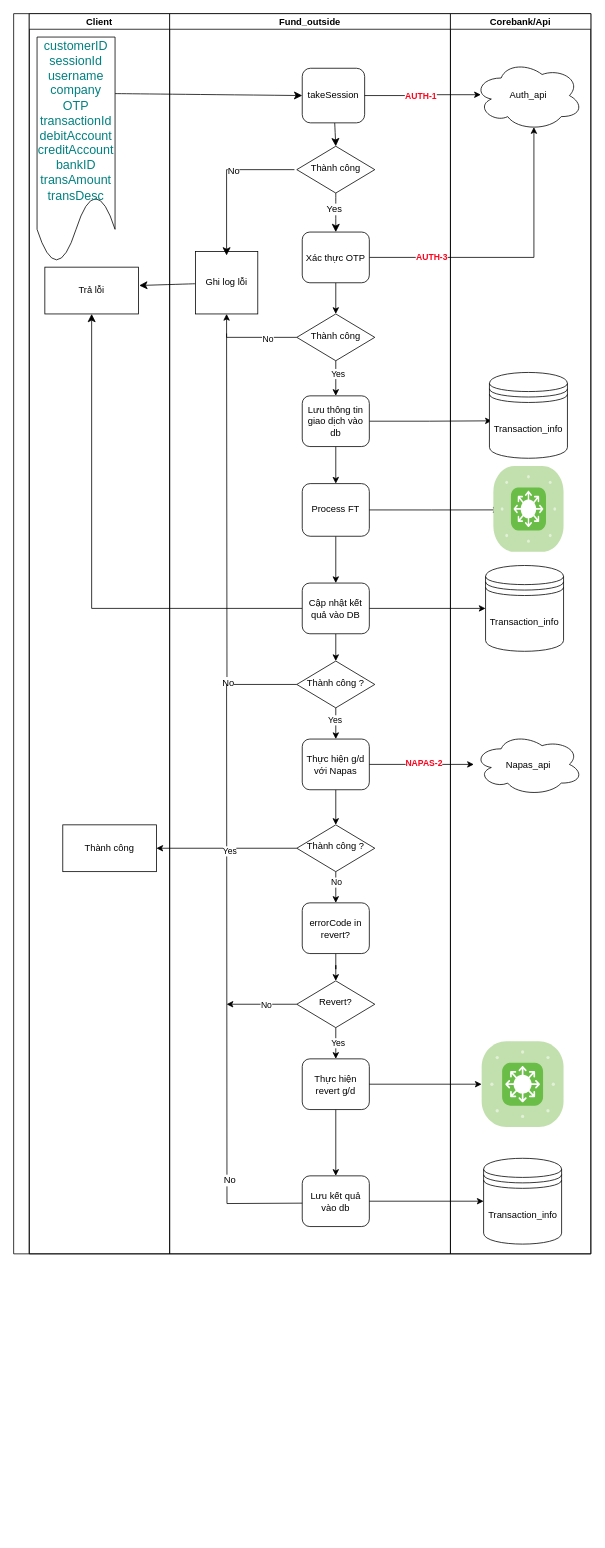
Earlier version of the draw.io diagram page "Fund_Outside" (13 of 24) of Tai Lieu/Kai_api_V1.2.drawio (KAI-ASIA/KAI-TTS). Source tidied: cells renumbered, new cells numbered last; positions are measured from the earlier drawing's top-left corner, leaving out a move shared by most shapes. Both pictures are drawn from the tidied source at 78%, with x=0, y=0 at pixel (13, 13).
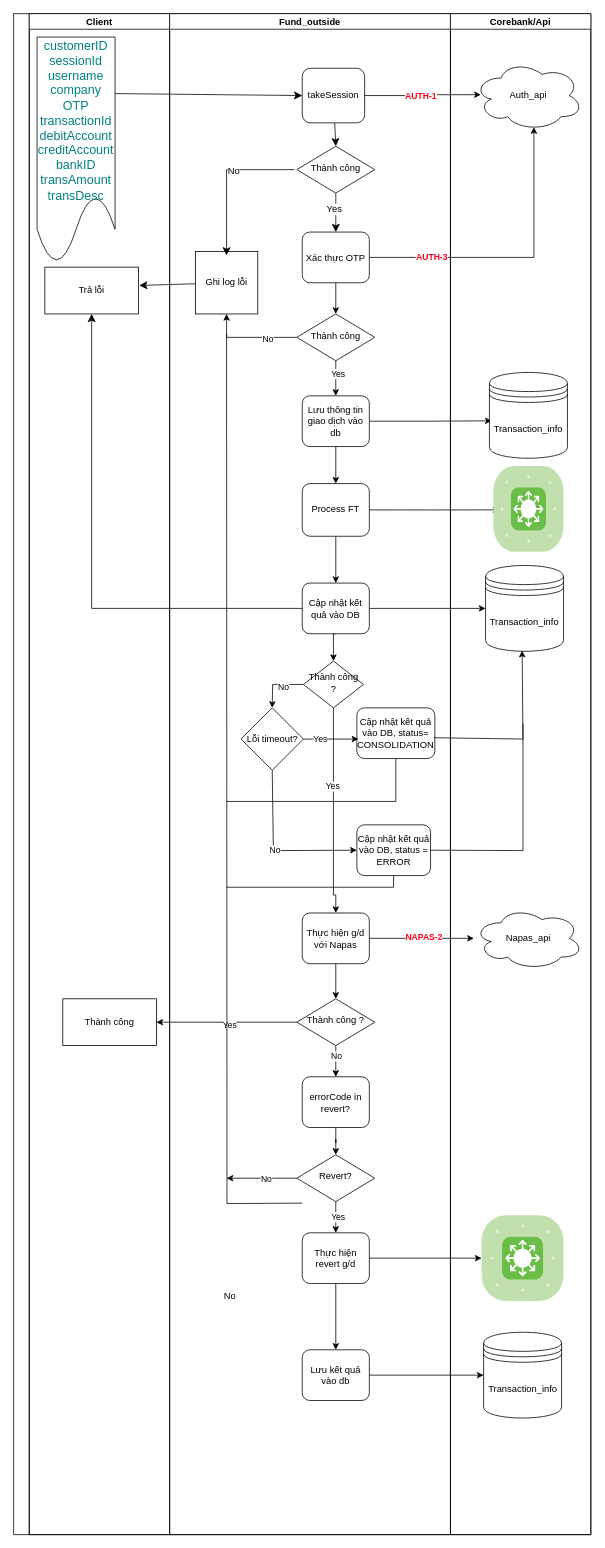
Above is the later version.

Unchanged cells that the change refers to:
```xml
<mxCell id="33" value="Process FT" style="rounded=1;whiteSpace=wrap;html=1;fontSize=12;glass=0;strokeWidth=1;shadow=0;" parent="13" vertex="1">
  <mxGeometry x="170" y="602.5" width="86" height="67.5" as="geometry" />
</mxCell>
<mxCell id="35" value="Cập nhật kết quả vào DB" style="rounded=1;whiteSpace=wrap;html=1;fontSize=12;glass=0;strokeWidth=1;shadow=0;" parent="13" vertex="1">
  <mxGeometry x="170" y="730" width="86" height="65" as="geometry" />
</mxCell>
<mxCell id="67" style="verticalLabelPosition=bottom;sketch=0;html=1;fillColor=#6ABD46;strokeColor=#ffffff;verticalAlign=top;align=center;points=[[0.085,0.085,0],[0.915,0.085,0],[0.915,0.915,0],[0.085,0.915,0],[0.25,0,0],[0.5,0,0],[0.75,0,0],[1,0.25,0],[1,0.5,0],[1,0.75,0],[0.75,1,0],[0.5,1,0],[0.25,1,0],[0,0.75,0],[0,0.5,0],[0,0.25,0]];shape=mxgraph.cisco_safe.compositeIcon;bgIcon=mxgraph.cisco_safe.architecture.generic_appliance;resIcon=mxgraph.cisco_safe.architecture.l3_switch;" parent="66" vertex="1">
  <mxGeometry x="55" y="580" width="90" height="110" as="geometry" />
</mxCell>
<mxCell id="70" value="Transaction_info" style="shape=datastore;whiteSpace=wrap;html=1;" parent="66" vertex="1">
  <mxGeometry x="45" y="707.5" width="100" height="110" as="geometry" />
</mxCell>
```

What changed in the source:
```diff
@@
     <mxCell id="2" style="swimlane;startSize=20;horizontal=0;" parent="1" vertex="1">
-      <mxGeometry width="740" height="1590" as="geometry" />
+      <mxGeometry width="740" height="1950" as="geometry" />
     </mxCell>
     <mxCell id="3" value="Client" style="swimlane;startSize=20;" parent="2" vertex="1">
-      <mxGeometry x="20" width="180" height="1590" as="geometry" />
+      <mxGeometry x="20" width="180" height="1950" as="geometry" />
     </mxCell>
@@
     <mxCell id="6" value="Thành công" style="rounded=0;whiteSpace=wrap;html=1;" parent="3" vertex="1">
-      <mxGeometry x="43" y="1040" width="120" height="60" as="geometry" />
+      <mxGeometry x="43" y="1263" width="120" height="60" as="geometry" />
     </mxCell>
@@
+    <mxCell id="58" style="edgeStyle=orthogonalEdgeStyle;rounded=0;jettySize=auto;html=1;exitX=1;exitY=0.5;exitDx=0;exitDy=0;entryX=0.089;entryY=0.511;entryDx=0;entryDy=0;entryPerimeter=0;" parent="2" edge="1" source="33" target="67">
+      <mxGeometry relative="1" as="geometry" />
+    </mxCell>
+    <mxCell id="59" style="edgeStyle=orthogonalEdgeStyle;rounded=0;jettySize=auto;html=1;exitX=1;exitY=0.5;exitDx=0;exitDy=0;" parent="2" edge="1" source="35" target="70">
+      <mxGeometry relative="1" as="geometry" />
+    </mxCell>
+    <mxCell id="60" style="edgeStyle=orthogonalEdgeStyle;rounded=0;jettySize=auto;html=1;exitX=1;exitY=0.5;exitDx=0;exitDy=0;" parent="2" edge="1" source="42" target="71">
+      <mxGeometry relative="1" as="geometry" />
+    </mxCell>
+    <mxCell id="61" value="&lt;b&gt;&lt;font color=&quot;#ff031c&quot;&gt;NAPAS-2&lt;/font&gt;&lt;/b&gt;" style="edgeLabel;html=1;align=center;verticalAlign=middle;" parent="60" vertex="1">
+      <mxGeometry x="0.03" y="3" relative="1" as="geometry">
+        <mxPoint y="1" as="offset" />
+      </mxGeometry>
+    </mxCell>
+    <mxCell id="62" style="edgeStyle=orthogonalEdgeStyle;rounded=0;jettySize=auto;html=1;exitX=0;exitY=0.5;exitDx=0;exitDy=0;entryX=1;entryY=0.5;entryDx=0;entryDy=0;" parent="2" edge="1" source="45" target="6">
+      <mxGeometry relative="1" as="geometry" />
+    </mxCell>
+    <mxCell id="63" value="Yes" style="edgeLabel;html=1;align=center;verticalAlign=middle;" parent="62" vertex="1">
+      <mxGeometry x="-0.03" y="3" relative="1" as="geometry" />
+    </mxCell>
+    <mxCell id="64" style="edgeStyle=orthogonalEdgeStyle;rounded=0;jettySize=auto;html=1;exitX=1;exitY=0.5;exitDx=0;exitDy=0;" parent="2" edge="1" source="54" target="72">
+      <mxGeometry relative="1" as="geometry" />
+    </mxCell>
+    <mxCell id="65" style="edgeStyle=orthogonalEdgeStyle;rounded=0;jettySize=auto;html=1;exitX=1;exitY=0.5;exitDx=0;exitDy=0;" parent="2" edge="1" source="55" target="73">
+      <mxGeometry relative="1" as="geometry" />
+    </mxCell>
     <mxCell id="13" value="Fund_outside" style="swimlane;startSize=20;" parent="2" vertex="1">
-      <mxGeometry x="200" width="360" height="1590" as="geometry" />
+      <mxGeometry x="200" width="360" height="1950" as="geometry" />
     </mxCell>
@@
-    <mxCell id="36" style="endArrow=none;html=1;rounded=0;fontSize=12;startSize=8;endSize=8;edgeStyle=orthogonalEdgeStyle;exitX=0;exitY=0.5;exitDx=0;exitDy=0;" parent="13" edge="1" source="40">
-      <mxGeometry relative="1" as="geometry">
-        <mxPoint x="73" y="410" as="targetPoint" />
-      </mxGeometry>
-    </mxCell>
-    <mxCell id="37" value="No" style="edgeLabel;html=1;align=center;verticalAlign=middle;fontSize=12;" parent="36" vertex="1">
-      <mxGeometry x="-0.67" y="-3" relative="1" as="geometry" />
-    </mxCell>
     <mxCell id="38" style="edgeStyle=orthogonalEdgeStyle;rounded=0;jettySize=auto;html=1;exitX=0.5;exitY=1;exitDx=0;exitDy=0;entryX=0.5;entryY=0;entryDx=0;entryDy=0;" parent="13" edge="1" source="40" target="42">
-      <mxGeometry relative="1" as="geometry" />
+      <mxGeometry relative="1" as="geometry">
+        <Array as="points">
+          <mxPoint x="210" y="1130" />
+          <mxPoint x="213" y="1130" />
+        </Array>
+      </mxGeometry>
     </mxCell>
@@
     <mxCell id="40" value="Thành công ?" style="rhombus;whiteSpace=wrap;html=1;shadow=0;fontFamily=Helvetica;fontSize=12;align=center;strokeWidth=1;spacing=6;spacingTop=-4;" parent="13" vertex="1">
-      <mxGeometry x="163" y="830" width="100" height="60" as="geometry" />
+      <mxGeometry x="171.5" y="830" width="77" height="60" as="geometry" />
     </mxCell>
@@
     <mxCell id="42" value="Thực hiện g/d với Napas" style="rounded=1;whiteSpace=wrap;html=1;fontSize=12;glass=0;strokeWidth=1;shadow=0;" parent="13" vertex="1">
-      <mxGeometry x="170" y="930" width="86" height="65" as="geometry" />
+      <mxGeometry x="170" y="1153" width="86" height="65" as="geometry" />
     </mxCell>
@@
     <mxCell id="45" value="Thành công ?" style="rhombus;whiteSpace=wrap;html=1;shadow=0;fontFamily=Helvetica;fontSize=12;align=center;strokeWidth=1;spacing=6;spacingTop=-4;" parent="13" vertex="1">
-      <mxGeometry x="163" y="1040" width="100" height="60" as="geometry" />
+      <mxGeometry x="163" y="1263" width="100" height="60" as="geometry" />
     </mxCell>
@@
     <mxCell id="47" value="errorCode in revert?" style="rounded=1;whiteSpace=wrap;html=1;fontSize=12;glass=0;strokeWidth=1;shadow=0;" parent="13" vertex="1">
-      <mxGeometry x="170" y="1140" width="86" height="65" as="geometry" />
+      <mxGeometry x="170" y="1363" width="86" height="65" as="geometry" />
     </mxCell>
@@
     <mxCell id="50" style="edgeStyle=orthogonalEdgeStyle;rounded=0;jettySize=auto;html=1;exitX=0;exitY=0.5;exitDx=0;exitDy=0;" parent="13" edge="1" source="52">
       <mxGeometry relative="1" as="geometry">
-        <mxPoint x="73" y="1270" as="targetPoint" />
+        <mxPoint x="73" y="1493" as="targetPoint" />
       </mxGeometry>
     </mxCell>
@@
     <mxCell id="52" value="Revert?" style="rhombus;whiteSpace=wrap;html=1;shadow=0;fontFamily=Helvetica;fontSize=12;align=center;strokeWidth=1;spacing=6;spacingTop=-4;" parent="13" vertex="1">
-      <mxGeometry x="163" y="1240" width="100" height="60" as="geometry" />
+      <mxGeometry x="163" y="1463" width="100" height="60" as="geometry" />
     </mxCell>
@@
     <mxCell id="54" value="Thực hiện revert g/d" style="rounded=1;whiteSpace=wrap;html=1;fontSize=12;glass=0;strokeWidth=1;shadow=0;" parent="13" vertex="1">
-      <mxGeometry x="170" y="1340" width="86" height="65" as="geometry" />
+      <mxGeometry x="170" y="1563" width="86" height="65" as="geometry" />
     </mxCell>
     <mxCell id="55" value="Lưu kết quả vào db" style="rounded=1;whiteSpace=wrap;html=1;fontSize=12;glass=0;strokeWidth=1;shadow=0;" parent="13" vertex="1">
-      <mxGeometry x="170" y="1490" width="86" height="65" as="geometry" />
+      <mxGeometry x="170" y="1713" width="86" height="65" as="geometry" />
     </mxCell>
     <mxCell id="56" style="endArrow=none;html=1;rounded=0;fontSize=12;startSize=8;endSize=8;edgeStyle=orthogonalEdgeStyle;exitX=0;exitY=0.5;exitDx=0;exitDy=0;" parent="13" edge="1">
       <mxGeometry relative="1" as="geometry">
         <mxPoint x="170" y="1525" as="sourcePoint" />
-        <mxPoint x="73" y="860" as="targetPoint" />
+        <mxPoint x="73" y="410" as="targetPoint" />
       </mxGeometry>
     </mxCell>
     <mxCell id="57" value="No" style="edgeLabel;html=1;align=center;verticalAlign=middle;fontSize=12;" parent="56" vertex="1">
-      <mxGeometry x="-0.67" y="-3" relative="1" as="geometry" />
+      <mxGeometry x="-0.67" y="-3" relative="1" as="geometry">
+        <mxPoint y="223" as="offset" />
+      </mxGeometry>
     </mxCell>
-    <mxCell id="58" style="edgeStyle=orthogonalEdgeStyle;rounded=0;jettySize=auto;html=1;exitX=1;exitY=0.5;exitDx=0;exitDy=0;entryX=0.089;entryY=0.511;entryDx=0;entryDy=0;entryPerimeter=0;" parent="2" edge="1" source="33" target="67">
-      <mxGeometry relative="1" as="geometry" />
-    </mxCell>
-    <mxCell id="59" style="edgeStyle=orthogonalEdgeStyle;rounded=0;jettySize=auto;html=1;exitX=1;exitY=0.5;exitDx=0;exitDy=0;" parent="2" edge="1" source="35" target="70">
-      <mxGeometry relative="1" as="geometry" />
-    </mxCell>
-    <mxCell id="60" style="edgeStyle=orthogonalEdgeStyle;rounded=0;jettySize=auto;html=1;exitX=1;exitY=0.5;exitDx=0;exitDy=0;" parent="2" edge="1" source="42" target="71">
-      <mxGeometry relative="1" as="geometry" />
-    </mxCell>
-    <mxCell id="61" value="&lt;b&gt;&lt;font color=&quot;#ff031c&quot;&gt;NAPAS-2&lt;/font&gt;&lt;/b&gt;" style="edgeLabel;html=1;align=center;verticalAlign=middle;" parent="60" vertex="1">
-      <mxGeometry x="0.03" y="3" relative="1" as="geometry">
-        <mxPoint y="1" as="offset" />
-      </mxGeometry>
-    </mxCell>
-    <mxCell id="62" style="edgeStyle=orthogonalEdgeStyle;rounded=0;jettySize=auto;html=1;exitX=0;exitY=0.5;exitDx=0;exitDy=0;entryX=1;entryY=0.5;entryDx=0;entryDy=0;" parent="2" edge="1" source="45" target="6">
-      <mxGeometry relative="1" as="geometry" />
-    </mxCell>
-    <mxCell id="63" value="Yes" style="edgeLabel;html=1;align=center;verticalAlign=middle;" parent="62" vertex="1">
-      <mxGeometry x="-0.03" y="3" relative="1" as="geometry" />
-    </mxCell>
-    <mxCell id="64" style="edgeStyle=orthogonalEdgeStyle;rounded=0;jettySize=auto;html=1;exitX=1;exitY=0.5;exitDx=0;exitDy=0;" parent="2" edge="1" source="54" target="72">
-      <mxGeometry relative="1" as="geometry" />
-    </mxCell>
-    <mxCell id="65" style="edgeStyle=orthogonalEdgeStyle;rounded=0;jettySize=auto;html=1;exitX=1;exitY=0.5;exitDx=0;exitDy=0;" parent="2" edge="1" source="55" target="73">
-      <mxGeometry relative="1" as="geometry" />
-    </mxCell>
+    <mxCell id="76" value="Lỗi timeout?" style="rhombus;whiteSpace=wrap;html=1;" parent="13" vertex="1">
+      <mxGeometry x="91.5" y="890" width="80" height="80" as="geometry" />
+    </mxCell>
+    <mxCell id="77" style="endArrow=classic;html=1;rounded=0;entryX=0.5;entryY=0;entryDx=0;entryDy=0;exitX=0;exitY=0.5;exitDx=0;exitDy=0;" parent="13" edge="1" source="40" target="76">
+      <mxGeometry relative="1" as="geometry">
+        <Array as="points">
+          <mxPoint x="132" y="860" />
+        </Array>
+      </mxGeometry>
+    </mxCell>
+    <mxCell id="78" value="No" style="edgeLabel;html=1;align=center;verticalAlign=middle;" parent="77" vertex="1">
+      <mxGeometry x="-0.26" y="3" relative="1" as="geometry" />
+    </mxCell>
+    <mxCell id="79" value="Cập nhật kết quả vào DB, status= CONSOLIDATION" style="rounded=1;whiteSpace=wrap;html=1;fontSize=12;glass=0;strokeWidth=1;shadow=0;" parent="13" vertex="1">
+      <mxGeometry x="240" y="890" width="100" height="65" as="geometry" />
+    </mxCell>
+    <mxCell id="80" value="Cập nhật kết quả vào DB, status = ERROR" style="rounded=1;whiteSpace=wrap;html=1;fontSize=12;glass=0;strokeWidth=1;shadow=0;" parent="13" vertex="1">
+      <mxGeometry x="240" y="1040" width="94.5" height="65" as="geometry" />
+    </mxCell>
+    <mxCell id="81" value="No" style="endArrow=classic;html=1;rounded=0;exitX=0.5;exitY=1;exitDx=0;exitDy=0;entryX=0;entryY=0.5;entryDx=0;entryDy=0;" parent="13" edge="1" source="76" target="80">
+      <mxGeometry relative="1" as="geometry">
+        <Array as="points">
+          <mxPoint x="133" y="1073" />
+        </Array>
+      </mxGeometry>
+    </mxCell>
+    <mxCell id="82" value="Yes" style="endArrow=classic;html=1;rounded=0;exitX=1;exitY=0.5;exitDx=0;exitDy=0;entryX=0.02;entryY=0.615;entryDx=0;entryDy=0;entryPerimeter=0;" parent="13" edge="1" source="76" target="79">
+      <mxGeometry x="-0.39" relative="1" as="geometry">
+        <Array as="points">
+          <mxPoint x="193" y="930" />
+        </Array>
+      </mxGeometry>
+    </mxCell>
+    <mxCell id="83" style="endArrow=none;html=1;rounded=0;entryX=0.5;entryY=1;entryDx=0;entryDy=0;" parent="13" edge="1" target="79">
+      <mxGeometry relative="1" as="geometry">
+        <mxPoint x="73" y="1010" as="sourcePoint" />
+        <Array as="points">
+          <mxPoint x="290" y="1010" />
+        </Array>
+      </mxGeometry>
+    </mxCell>
     <mxCell id="66" value="Corebank/Api" style="swimlane;startSize=20;" parent="2" vertex="1">
-      <mxGeometry x="560" width="180" height="1590" as="geometry" />
+      <mxGeometry x="560" width="180" height="1950" as="geometry" />
     </mxCell>
@@
     <mxCell id="71" value="Napas_api" style="ellipse;shape=cloud;whiteSpace=wrap;html=1;" parent="66" vertex="1">
-      <mxGeometry x="30" y="922.5" width="140" height="80" as="geometry" />
+      <mxGeometry x="30" y="1145.5" width="140" height="80" as="geometry" />
     </mxCell>
     <mxCell id="72" style="verticalLabelPosition=bottom;sketch=0;html=1;fillColor=#6ABD46;strokeColor=#ffffff;verticalAlign=top;align=center;points=[[0.085,0.085,0],[0.915,0.085,0],[0.915,0.915,0],[0.085,0.915,0],[0.25,0,0],[0.5,0,0],[0.75,0,0],[1,0.25,0],[1,0.5,0],[1,0.75,0],[0.75,1,0],[0.5,1,0],[0.25,1,0],[0,0.75,0],[0,0.5,0],[0,0.25,0]];shape=mxgraph.cisco_safe.compositeIcon;bgIcon=mxgraph.cisco_safe.architecture.generic_appliance;resIcon=mxgraph.cisco_safe.architecture.l3_switch;" parent="66" vertex="1">
-      <mxGeometry x="40" y="1317.5" width="105" height="110" as="geometry" />
+      <mxGeometry x="40" y="1540.5" width="105" height="110" as="geometry" />
     </mxCell>
     <mxCell id="73" value="Transaction_info" style="shape=datastore;whiteSpace=wrap;html=1;" parent="66" vertex="1">
-      <mxGeometry x="42.5" y="1467.5" width="100" height="110" as="geometry" />
+      <mxGeometry x="42.5" y="1690.5" width="100" height="110" as="geometry" />
     </mxCell>
+    <mxCell id="84" style="endArrow=none;html=1;rounded=0;exitX=1;exitY=0.5;exitDx=0;exitDy=0;" parent="66" edge="1" source="80">
+      <mxGeometry relative="1" as="geometry">
+        <mxPoint x="93" y="910" as="targetPoint" />
+        <Array as="points">
+          <mxPoint x="93" y="1073" />
+        </Array>
+      </mxGeometry>
+    </mxCell>
@@
+    <mxCell id="85" style="endArrow=classic;html=1;rounded=0;exitX=0.986;exitY=0.589;exitDx=0;exitDy=0;exitPerimeter=0;entryX=0.469;entryY=0.992;entryDx=0;entryDy=0;entryPerimeter=0;" parent="2" edge="1" source="79" target="70">
+      <mxGeometry relative="1" as="geometry">
+        <Array as="points">
+          <mxPoint x="653" y="930" />
+        </Array>
+      </mxGeometry>
+    </mxCell>
+    <mxCell id="86" style="endArrow=none;html=1;rounded=0;entryX=0.5;entryY=1;entryDx=0;entryDy=0;" parent="1" edge="1" target="80">
+      <mxGeometry relative="1" as="geometry">
+        <mxPoint x="273" y="1120" as="sourcePoint" />
+        <Array as="points">
+          <mxPoint x="487" y="1120" />
+        </Array>
+      </mxGeometry>
+    </mxCell>
```
